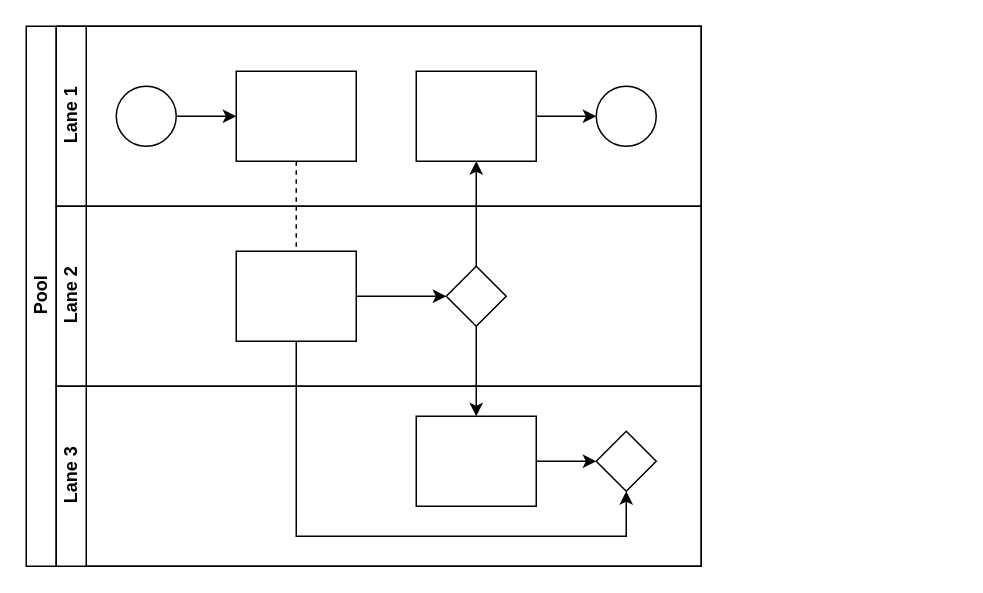
This is Untitled Diagram.drawio from Ashurajput02/ashplayground, a draw.io file, before an edit. Source tidied: cells renumbered, new cells numbered last; positions are measured from the earlier drawing's top-left corner, leaving out a move shared by most shapes. Both pictures are drawn from the tidied source at 150%, with x=0, y=0 at pixel (26, 26).
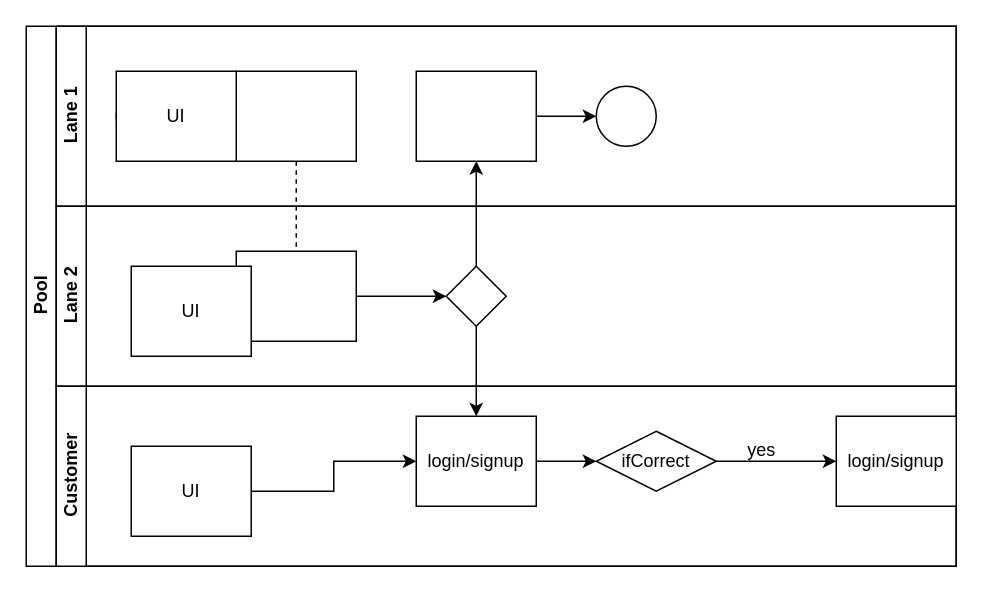
The same diagram, later.

The change refers to these unchanged cells:
```xml
<mxCell id="16" style="rounded=0;whiteSpace=wrap;html=1;fontFamily=Helvetica;fontSize=12;fontColor=#000000;align=center;" parent="14" vertex="1">
  <mxGeometry x="120" y="30" width="80" height="60" as="geometry" />
</mxCell>
```

Change to the diagram source:
```diff
@@
     <mxCell id="2" value="Pool" style="swimlane;html=1;horizontal=0;startSize=20;" parent="1" vertex="1">
-      <mxGeometry width="450" height="360" as="geometry" />
+      <mxGeometry width="620" height="360" as="geometry" />
     </mxCell>
@@
-    <mxCell id="6" style="edgeStyle=orthogonalEdgeStyle;rounded=0;jettySize=auto;html=1;endArrow=classic;endFill=1;" parent="2" edge="1" source="16" target="21">
-      <mxGeometry relative="1" as="geometry">
-        <Array as="points">
-          <mxPoint x="180" y="340" />
-          <mxPoint x="400" y="340" />
-        </Array>
-      </mxGeometry>
-    </mxCell>
     <mxCell id="7" value="Lane 1" style="swimlane;html=1;startSize=20;horizontal=0;" parent="2" vertex="1">
-      <mxGeometry x="20" width="430" height="120" as="geometry" />
+      <mxGeometry x="20" width="600" height="120" as="geometry" />
     </mxCell>
@@
+    <mxCell id="22" value="UI" style="rounded=0;whiteSpace=wrap;html=1;fontFamily=Helvetica;fontSize=12;fontColor=#000000;align=center;" parent="7" vertex="1">
+      <mxGeometry x="40" y="30" width="80" height="60" as="geometry" />
+    </mxCell>
     <mxCell id="14" value="Lane 2" style="swimlane;html=1;startSize=20;horizontal=0;" parent="2" vertex="1">
-      <mxGeometry x="20" y="120" width="430" height="120" as="geometry" />
+      <mxGeometry x="20" y="120" width="600" height="120" as="geometry" />
     </mxCell>
@@
+    <mxCell id="23" value="UI" style="rounded=0;whiteSpace=wrap;html=1;fontFamily=Helvetica;fontSize=12;fontColor=#000000;align=center;" parent="14" vertex="1">
+      <mxGeometry x="50" y="40" width="80" height="60" as="geometry" />
+    </mxCell>
-    <mxCell id="18" value="Lane 3" style="swimlane;html=1;startSize=20;horizontal=0;" parent="2" vertex="1">
-      <mxGeometry x="20" y="240" width="430" height="120" as="geometry" />
+    <mxCell id="18" value="Customer" style="swimlane;html=1;startSize=20;horizontal=0;" parent="2" vertex="1">
+      <mxGeometry x="20" y="240" width="600" height="120" as="geometry" />
     </mxCell>
@@
-    <mxCell id="20" style="rounded=0;whiteSpace=wrap;html=1;fontFamily=Helvetica;fontSize=12;fontColor=#000000;align=center;" parent="18" vertex="1">
+    <mxCell id="20" value="login/signup" style="rounded=0;whiteSpace=wrap;html=1;fontFamily=Helvetica;fontSize=12;fontColor=#000000;align=center;" parent="18" vertex="1">
       <mxGeometry x="240" y="20" width="80" height="60" as="geometry" />
     </mxCell>
+    <mxCell id="24" style="edgeStyle=orthogonalEdgeStyle;rounded=0;jettySize=auto;html=1;" parent="18" edge="1" source="21">
+      <mxGeometry relative="1" as="geometry">
+        <mxPoint x="520" y="50" as="targetPoint" />
+      </mxGeometry>
+    </mxCell>
-    <mxCell id="21" style="rhombus;whiteSpace=wrap;html=1;fontFamily=Helvetica;fontSize=12;fontColor=#000000;align=center;" parent="18" vertex="1">
-      <mxGeometry x="360" y="30" width="40" height="40" as="geometry" />
+    <mxCell id="21" value="ifCorrect" style="rhombus;whiteSpace=wrap;html=1;fontFamily=Helvetica;fontSize=12;fontColor=#000000;align=center;" parent="18" vertex="1">
+      <mxGeometry x="360" y="30" width="80" height="40" as="geometry" />
     </mxCell>
+    <mxCell id="25" style="edgeStyle=orthogonalEdgeStyle;rounded=0;jettySize=auto;html=1;" parent="18" edge="1" source="26" target="20">
+      <mxGeometry relative="1" as="geometry">
+        <Array as="points">
+          <mxPoint x="185" y="70" />
+          <mxPoint x="185" y="50" />
+        </Array>
+      </mxGeometry>
+    </mxCell>
+    <mxCell id="26" value="UI" style="rounded=0;whiteSpace=wrap;html=1;fontFamily=Helvetica;fontSize=12;fontColor=#000000;align=center;" parent="18" vertex="1">
+      <mxGeometry x="50" y="40" width="80" height="60" as="geometry" />
+    </mxCell>
+    <mxCell id="27" value="login/signup" style="rounded=0;whiteSpace=wrap;html=1;fontFamily=Helvetica;fontSize=12;fontColor=#000000;align=center;" parent="18" vertex="1">
+      <mxGeometry x="520" y="20" width="80" height="60" as="geometry" />
+    </mxCell>
+    <mxCell id="28" value="yes" style="text;html=1;align=center;verticalAlign=middle;strokeColor=none;fillColor=none;" parent="1" vertex="1">
+      <mxGeometry x="470" y="268" width="40" height="30" as="geometry" />
+    </mxCell>
```
